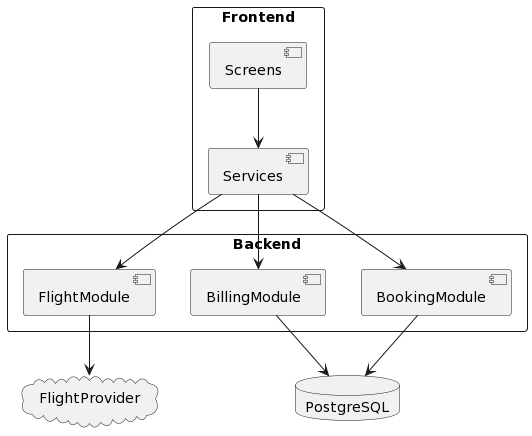
SebastianAbril/flights-app keeps this PlantUML diagram as docs/diagrams/Architecture.png. Above is the earlier version.
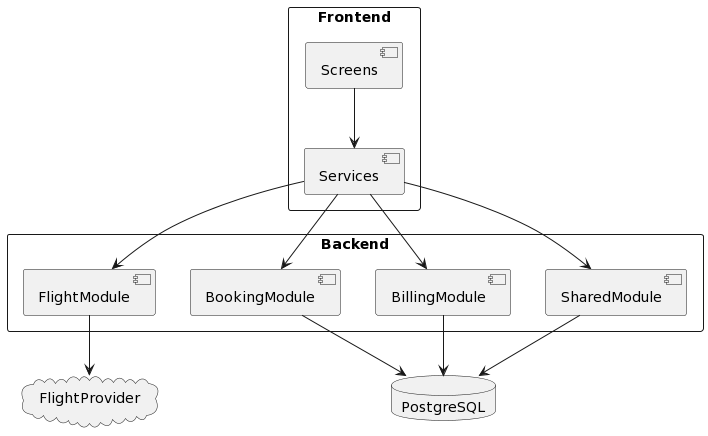
Later version of the same file.

The edit, as a diff of the source:
```diff
@@ -8,6 +8,7 @@
     [FlightModule]
     [BillingModule]
     [BookingModule]
+    [SharedModule]
 }
 
 database PostgreSQL
@@ -17,8 +18,10 @@
 [Services] --> [FlightModule]
 [Services] --> [BillingModule]
 [Services] --> [BookingModule]
+[Services] --> [SharedModule]
 
 [FlightModule] --> FlightProvider
 [BillingModule] --> PostgreSQL
 [BookingModule] --> PostgreSQL
+[SharedModule] --> PostgreSQL
 @enduml
```
